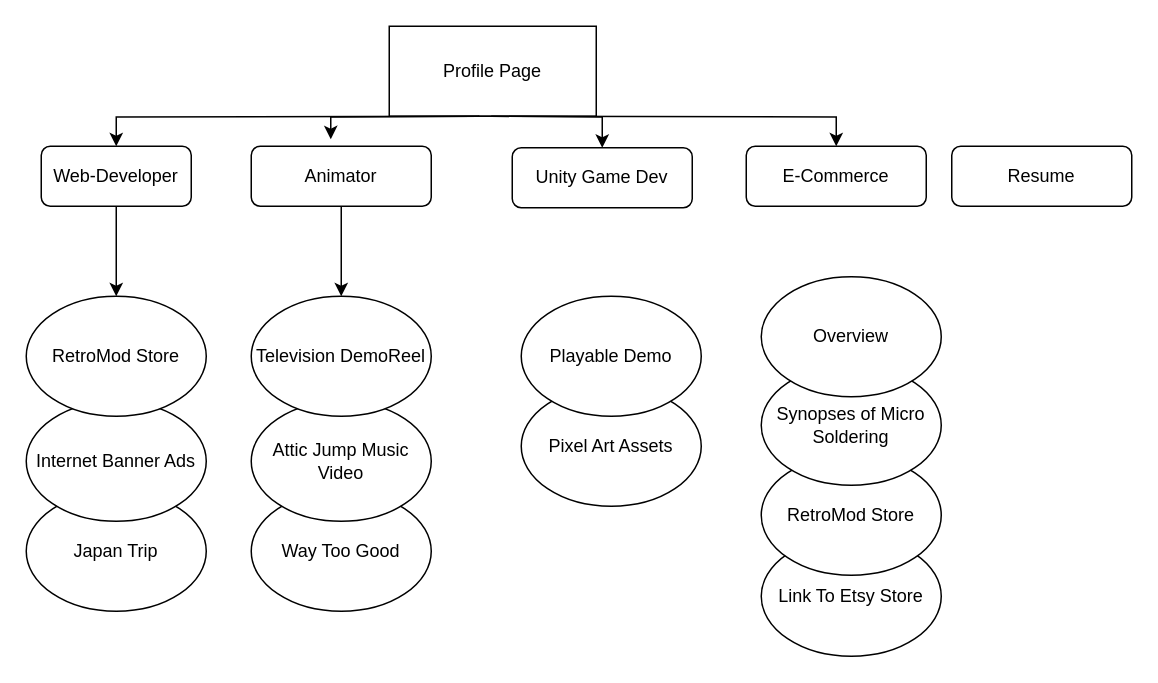
rafalaidlaw/flowcharts keeps this draw.io diagram as Untitled Diagram.drawio. Above is the earlier version. Source tidied: cells renumbered, new cells numbered last; positions are measured from the earlier drawing's top-left corner, leaving out a move shared by most shapes. Both pictures are drawn from the tidied source at 150%, with x=0, y=0 at pixel (26, 26).
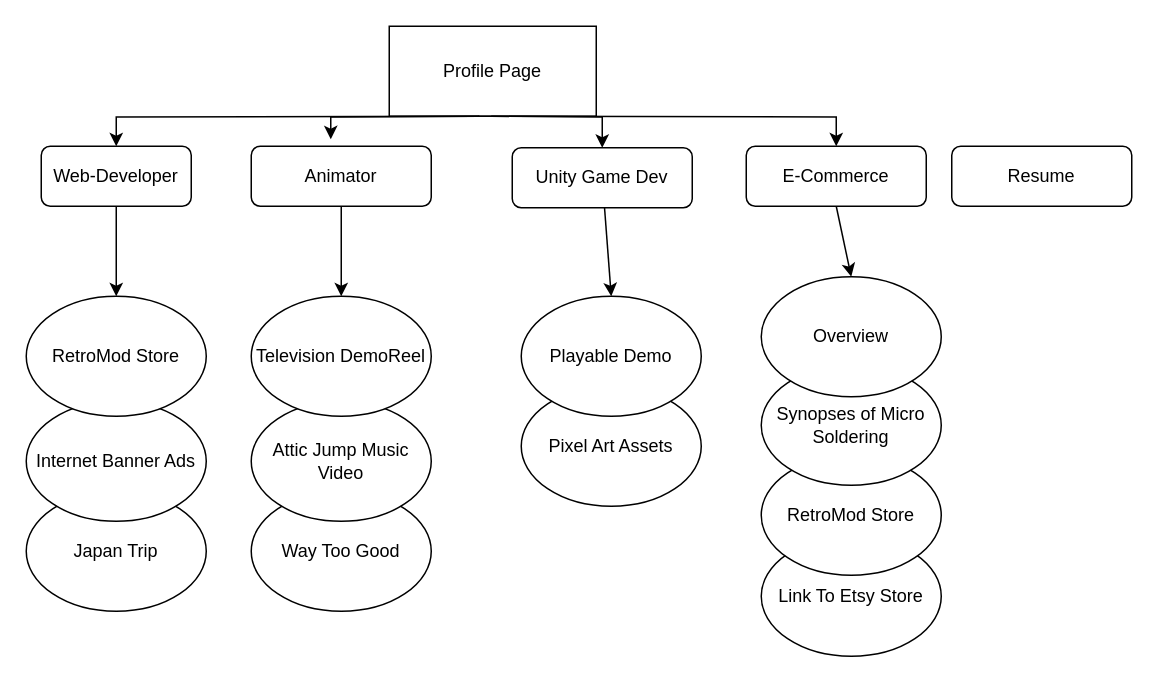
The same page after the edit.

Unchanged cells that the change refers to:
```xml
<mxCell id="9" value="E-Commerce" style="rounded=1;whiteSpace=wrap;html=1;" parent="1" vertex="1">
  <mxGeometry x="480" y="80" width="120" height="40" as="geometry" />
</mxCell>
<mxCell id="10" value="Unity Game Dev" style="rounded=1;whiteSpace=wrap;html=1;" parent="1" vertex="1">
  <mxGeometry x="324" y="81" width="120" height="40" as="geometry" />
</mxCell>
<mxCell id="20" value="Playable Demo" style="ellipse;whiteSpace=wrap;html=1;" parent="1" vertex="1">
  <mxGeometry x="330" y="180" width="120" height="80" as="geometry" />
</mxCell>
<mxCell id="26" value="Overview" style="ellipse;whiteSpace=wrap;html=1;" parent="1" vertex="1">
  <mxGeometry x="490" y="167" width="120" height="80" as="geometry" />
</mxCell>
```

Change to the diagram source:
```diff
@@
+    <mxCell id="27" style="endArrow=classic;html=1;rounded=0;entryX=0.5;entryY=0;entryDx=0;entryDy=0;" parent="1" edge="1" source="10" target="20">
+      <mxGeometry relative="1" as="geometry" />
+    </mxCell>
+    <mxCell id="28" style="endArrow=classic;html=1;rounded=0;exitX=0.5;exitY=1;exitDx=0;exitDy=0;entryX=0.5;entryY=0;entryDx=0;entryDy=0;" parent="1" edge="1" source="9" target="26">
+      <mxGeometry relative="1" as="geometry" />
+    </mxCell>
```
